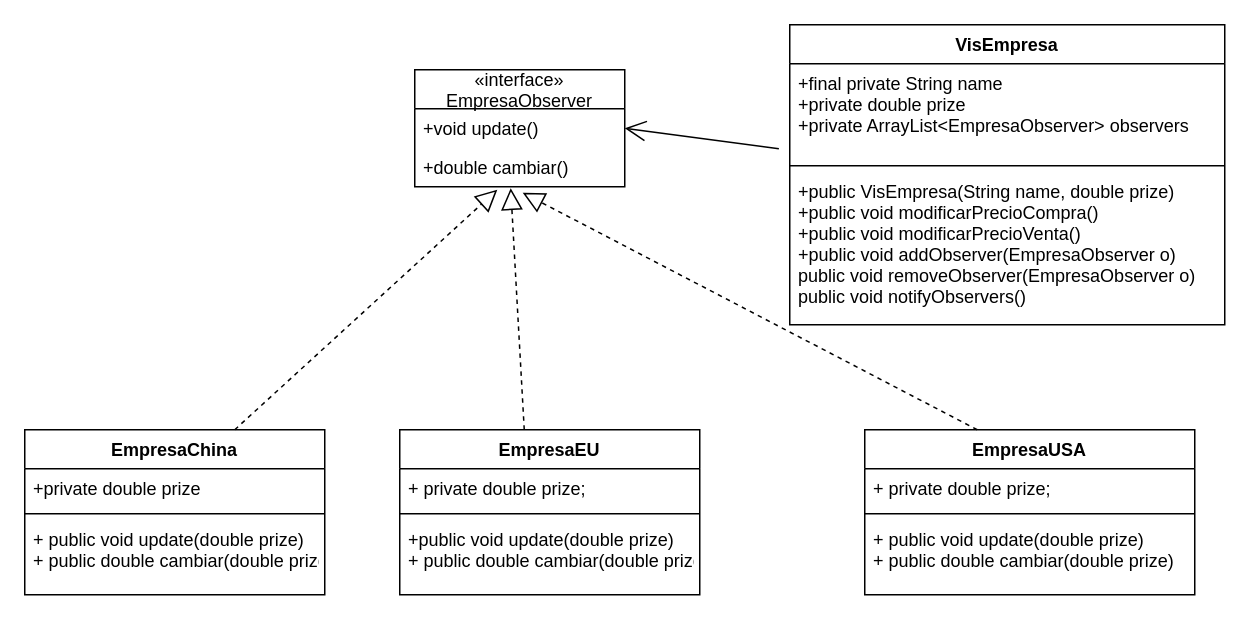
This is PObserver/Observer.drawio from victorgomezgithub/Tecnologias-Avanzadas-De-Programacion, a draw.io file, before an edit. Source tidied: cells renumbered, new cells numbered last; positions are measured from the earlier drawing's top-left corner, leaving out a move shared by most shapes. Both pictures are drawn from the tidied source at 150%, with x=0, y=0 at pixel (24, 24).
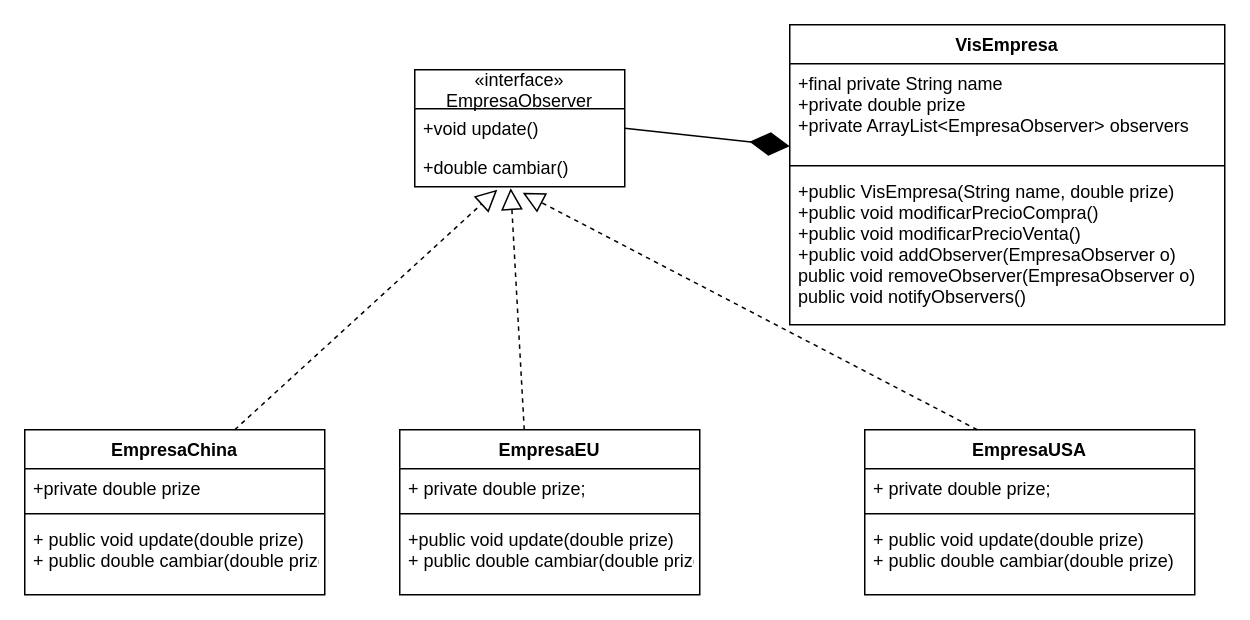
Above is the later version.

Commit message (it also covers changes not shown here):
añadiendo memoria Oberver y corrigiendo UML

Unchanged cells that the change refers to:
```xml
<mxCell id="16" value="+final private String name&#10;+private double prize&#10;+private ArrayList&lt;EmpresaObserver&gt; observers" style="text;strokeColor=none;fillColor=none;align=left;verticalAlign=top;spacingLeft=4;spacingRight=4;overflow=hidden;points=[[0,0.5],[1,0.5]];portConstraint=eastwest;" parent="15" vertex="1">
  <mxGeometry y="26" width="290" height="64" as="geometry" />
</mxCell>
<mxCell id="20" value="+void update()" style="text;strokeColor=none;fillColor=none;align=left;verticalAlign=top;spacingLeft=4;spacingRight=4;overflow=hidden;points=[[0,0.5],[1,0.5]];portConstraint=eastwest;" parent="19" vertex="1">
  <mxGeometry y="26" width="140" height="26" as="geometry" />
</mxCell>
```

Diff of the diagram source:
```diff
@@
-    <mxCell id="24" style="endArrow=open;endFill=1;endSize=12;html=1;entryX=1;entryY=0.5;entryDx=0;entryDy=0;exitX=-0.025;exitY=0.885;exitDx=0;exitDy=0;exitPerimeter=0;" parent="1" edge="1" source="16" target="20">
-      <mxGeometry relative="1" as="geometry" />
-    </mxCell>
+    <mxCell id="25" style="endArrow=diamondThin;endFill=1;endSize=24;html=1;exitX=1;exitY=0.5;exitDx=0;exitDy=0;entryX=0;entryY=0.859;entryDx=0;entryDy=0;entryPerimeter=0;" parent="1" edge="1" source="20" target="16">
+      <mxGeometry relative="1" as="geometry" />
+    </mxCell>
```
